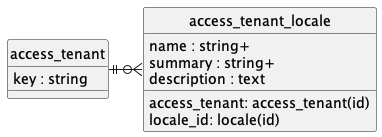
Above: doc/concepts/access_tenant/uml.png in contactopensource/contactopensource (PlantUML), before the change. The source it was exported from:
```plantuml
@startuml uml
skinparam monochrome true
skinparam linetype ortho
hide circle

entity access_tenant {
    key : string
}

entity access_tenant_locale {
    access_tenant: access_tenant(id)
    locale_id: locale(id)
    name : string+
    summary : string+
    description : text
}

access_tenant ||-r-o{ access_tenant_locale

@enduml
```
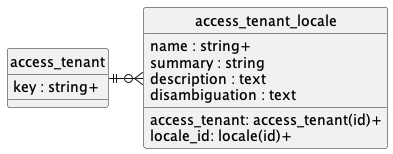
The same diagram one commit later.

Diff of the diagram source:
```diff
@@ -4,15 +4,16 @@
 hide circle
 
 entity access_tenant {
-    key : string
+    key : string+
 }
 
 entity access_tenant_locale {
-    access_tenant: access_tenant(id)
-    locale_id: locale(id)
+    access_tenant: access_tenant(id)+
+    locale_id: locale(id)+
     name : string+
-    summary : string+
+    summary : string
     description : text
+    disambiguation : text
 }
 
 access_tenant ||-r-o{ access_tenant_locale
```
